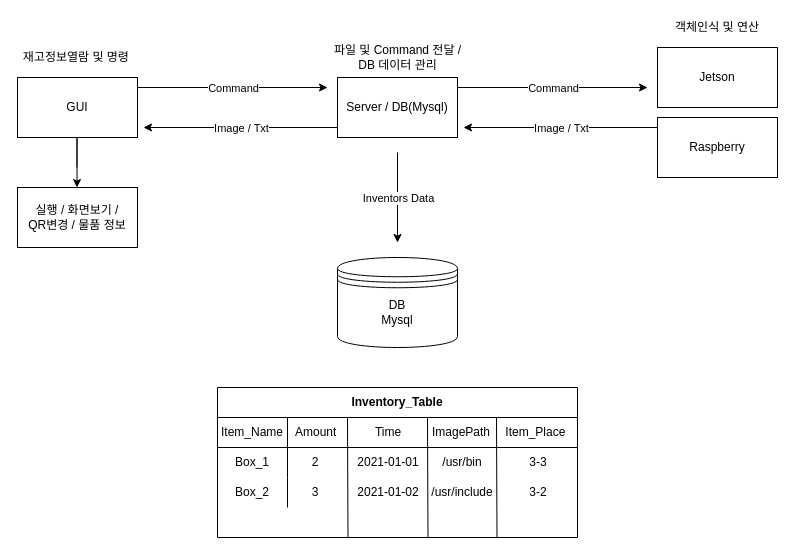
This is Diagram.drawio from rhehd721/Bit_FinalProject, a draw.io file, before an edit. Source tidied: cells renumbered, new cells numbered last; positions are measured from the earlier drawing's top-left corner, leaving out a move shared by most shapes. Both pictures are drawn from the tidied source at 100%, with x=0, y=0 at pixel (17, 17).
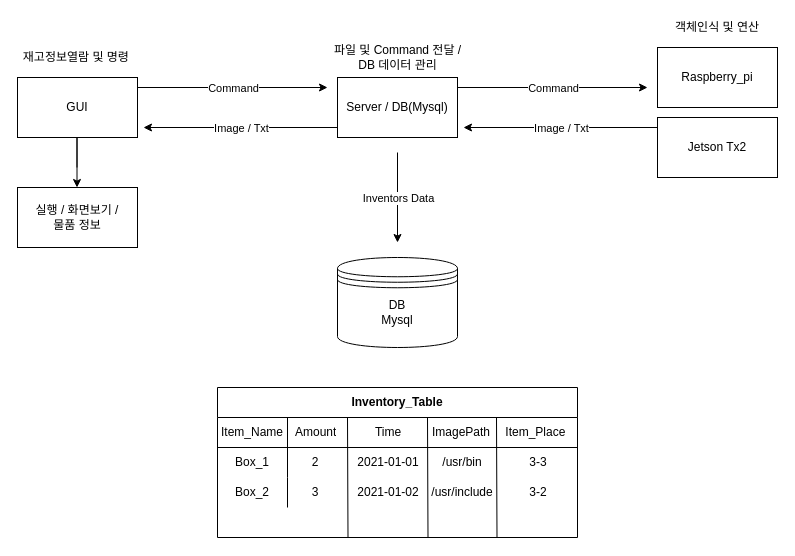
The same diagram, later.

The edit, as a diff of the source:
```diff
@@
-    <mxCell id="2" value="Jetson" style="rounded=0;whiteSpace=wrap;html=1;" parent="1" vertex="1">
+    <mxCell id="2" value="Raspberry_pi" style="rounded=0;whiteSpace=wrap;html=1;" parent="1" vertex="1">
       <mxGeometry x="640" y="30" width="120" height="60" as="geometry" />
     </mxCell>
@@
-    <mxCell id="6" value="실행 / 화면보기 / &lt;br&gt;QR변경 / 물품 정보" style="rounded=0;whiteSpace=wrap;html=1;" parent="1" vertex="1">
+    <mxCell id="6" value="실행 / 화면보기 / &lt;br&gt;물품 정보" style="rounded=0;whiteSpace=wrap;html=1;" parent="1" vertex="1">
       <mxGeometry y="170" width="120" height="60" as="geometry" />
     </mxCell>
@@
-    <mxCell id="22" value="Raspberry" style="rounded=0;whiteSpace=wrap;html=1;" parent="1" vertex="1">
+    <mxCell id="22" value="Jetson Tx2" style="rounded=0;whiteSpace=wrap;html=1;" parent="1" vertex="1">
       <mxGeometry x="640" y="100" width="120" height="60" as="geometry" />
     </mxCell>
```
